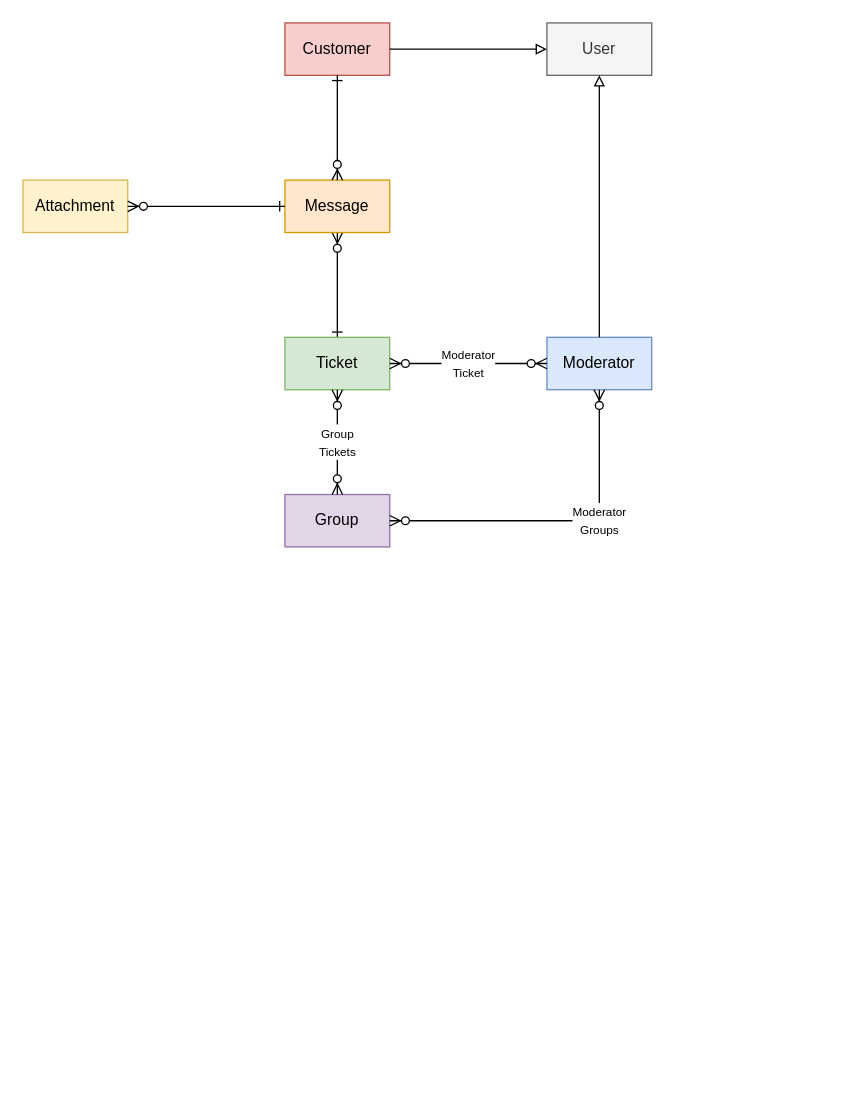
The draw.io diagram docs/ConductorRelationships.drawio in nuclearpaws/Conductor, before the edit. Source tidied: cells renumbered, new cells numbered last; positions are measured from the earlier drawing's top-left corner, leaving out a move shared by most shapes. Both pictures are drawn from the tidied source at 131%, with x=0, y=0 at pixel (22, 22).
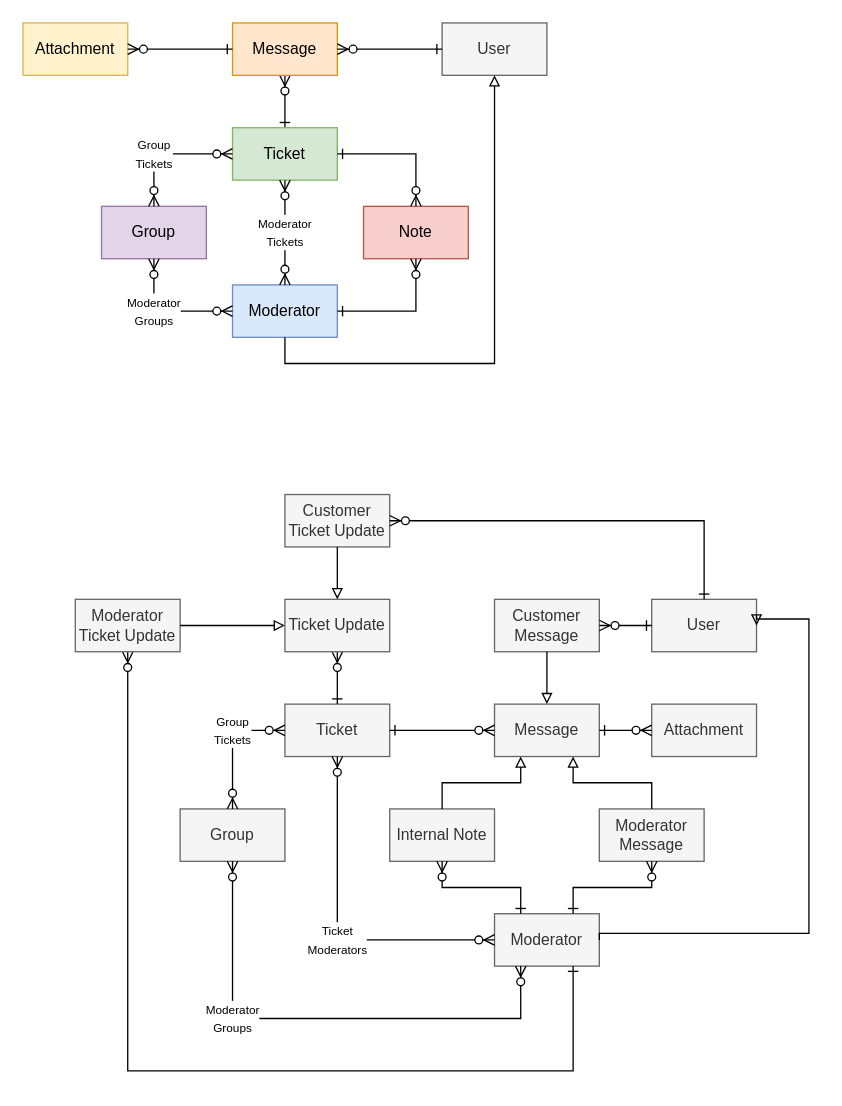
Above is the later version.

Commit message:
Adjusted the Entity Relationship Diagram.

Diff of the diagram source:
```diff
@@
     <mxCell id="3" value="Ticket" style="rounded=0;whiteSpace=wrap;html=1;fillColor=#d5e8d4;strokeColor=#82b366;" parent="1" vertex="1">
-      <mxGeometry x="200" y="240" width="80" height="40" as="geometry" />
+      <mxGeometry x="160" y="80" width="80" height="40" as="geometry" />
     </mxCell>
     <mxCell id="4" value="User" style="rounded=0;whiteSpace=wrap;html=1;fillColor=#f5f5f5;strokeColor=#666666;fontColor=#333333;" parent="1" vertex="1">
-      <mxGeometry x="400" width="80" height="40" as="geometry" />
+      <mxGeometry x="320" width="80" height="40" as="geometry" />
     </mxCell>
-    <mxCell id="5" value="Customer" style="rounded=0;whiteSpace=wrap;html=1;fillColor=#f8cecc;strokeColor=#b85450;" parent="1" vertex="1">
-      <mxGeometry x="200" width="80" height="40" as="geometry" />
-    </mxCell>
     <mxCell id="6" value="Moderator" style="rounded=0;whiteSpace=wrap;html=1;fillColor=#dae8fc;strokeColor=#6c8ebf;" parent="1" vertex="1">
-      <mxGeometry x="400" y="240" width="80" height="40" as="geometry" />
+      <mxGeometry x="160" y="200" width="80" height="40" as="geometry" />
     </mxCell>
     <mxCell id="7" value="Group" style="rounded=0;whiteSpace=wrap;html=1;fillColor=#e1d5e7;strokeColor=#9673a6;" parent="1" vertex="1">
-      <mxGeometry x="200" y="360" width="80" height="40" as="geometry" />
+      <mxGeometry x="60" y="140" width="80" height="40" as="geometry" />
     </mxCell>
-    <mxCell id="8" style="endArrow=block;html=1;strokeWidth=1;entryX=0;entryY=0.5;entryDx=0;entryDy=0;exitX=1;exitY=0.5;exitDx=0;exitDy=0;rounded=0;endFill=0;" parent="1" edge="1" source="5" target="4">
-      <mxGeometry relative="1" as="geometry" />
-    </mxCell>
-    <mxCell id="9" style="endArrow=block;html=1;strokeWidth=1;entryX=0.5;entryY=1;entryDx=0;entryDy=0;exitX=0.5;exitY=0;exitDx=0;exitDy=0;rounded=0;endFill=0;" parent="1" edge="1" source="6" target="4">
-      <mxGeometry relative="1" as="geometry" />
+    <mxCell id="9" style="endArrow=block;html=1;strokeWidth=1;entryX=0.5;entryY=1;entryDx=0;entryDy=0;exitX=0.5;exitY=1;exitDx=0;exitDy=0;rounded=0;endFill=0;" parent="1" edge="1" source="6" target="4">
+      <mxGeometry relative="1" as="geometry">
+        <Array as="points">
+          <mxPoint x="200" y="260" />
+          <mxPoint x="360" y="260" />
+        </Array>
+      </mxGeometry>
     </mxCell>
-    <mxCell id="10" value="&lt;font style=&quot;font-size: 9px&quot;&gt;Moderator&lt;br&gt;Ticket&lt;/font&gt;" style="endArrow=ERzeroToMany;html=1;strokeWidth=1;entryX=0;entryY=0.5;entryDx=0;entryDy=0;exitX=1;exitY=0.5;exitDx=0;exitDy=0;rounded=0;startArrow=ERzeroToMany;startFill=1;endFill=1;" parent="1" edge="1" source="3" target="6">
+    <mxCell id="10" value="&lt;font style=&quot;font-size: 9px&quot;&gt;Moderator&lt;br&gt;Tickets&lt;/font&gt;" style="endArrow=ERzeroToMany;html=1;strokeWidth=1;entryX=0.5;entryY=0;entryDx=0;entryDy=0;exitX=0.5;exitY=1;exitDx=0;exitDy=0;rounded=0;startArrow=ERzeroToMany;startFill=1;endFill=1;" parent="1" edge="1" source="3" target="6">
       <mxGeometry relative="1" as="geometry" />
     </mxCell>
-    <mxCell id="11" value="&lt;font style=&quot;font-size: 9px&quot;&gt;Moderator&lt;br&gt;Groups&lt;/font&gt;" style="endArrow=ERzeroToMany;html=1;strokeWidth=1;entryX=0.5;entryY=1;entryDx=0;entryDy=0;exitX=1;exitY=0.5;exitDx=0;exitDy=0;rounded=0;startArrow=ERzeroToMany;startFill=1;endFill=1;" parent="1" edge="1" source="7" target="6">
-      <mxGeometry x="0.23" relative="1" as="geometry">
+    <mxCell id="11" value="&lt;font style=&quot;font-size: 9px&quot;&gt;Moderator&lt;br&gt;Groups&lt;/font&gt;" style="endArrow=ERzeroToMany;html=1;strokeWidth=1;entryX=0;entryY=0.5;entryDx=0;entryDy=0;exitX=0.5;exitY=1;exitDx=0;exitDy=0;rounded=0;startArrow=ERzeroToMany;startFill=1;endFill=1;" parent="1" edge="1" source="7" target="6">
+      <mxGeometry x="-0.2" relative="1" as="geometry">
         <Array as="points">
-          <mxPoint x="440" y="380" />
+          <mxPoint x="100" y="220" />
         </Array>
       </mxGeometry>
     </mxCell>
-    <mxCell id="12" value="&lt;font style=&quot;font-size: 9px&quot;&gt;Group&lt;br&gt;Tickets&lt;br&gt;&lt;/font&gt;" style="endArrow=ERzeroToMany;html=1;strokeWidth=1;entryX=0.5;entryY=1;entryDx=0;entryDy=0;exitX=0.5;exitY=0;exitDx=0;exitDy=0;rounded=0;startArrow=ERzeroToMany;startFill=1;endFill=1;" parent="1" edge="1" source="7" target="3">
-      <mxGeometry relative="1" as="geometry" />
+    <mxCell id="12" value="&lt;font style=&quot;font-size: 9px&quot;&gt;Group&lt;br&gt;Tickets&lt;br&gt;&lt;/font&gt;" style="endArrow=ERzeroToMany;html=1;strokeWidth=1;entryX=0;entryY=0.5;entryDx=0;entryDy=0;exitX=0.5;exitY=0;exitDx=0;exitDy=0;rounded=0;startArrow=ERzeroToMany;startFill=1;endFill=1;" parent="1" edge="1" source="7" target="3">
+      <mxGeometry x="-0.2" relative="1" as="geometry">
+        <Array as="points">
+          <mxPoint x="100" y="100" />
+        </Array>
+      </mxGeometry>
     </mxCell>
     <mxCell id="13" value="Message" style="rounded=0;whiteSpace=wrap;html=1;fillColor=#ffe6cc;strokeColor=#d79b00;" parent="1" vertex="1">
-      <mxGeometry x="200" y="120" width="80" height="40" as="geometry" />
+      <mxGeometry x="160" width="80" height="40" as="geometry" />
     </mxCell>
-    <mxCell id="14" style="edgeStyle=orthogonalEdgeStyle;rounded=0;jettySize=auto;html=1;startArrow=ERone;startFill=0;endArrow=ERzeroToMany;endFill=1;entryX=0.5;entryY=0;entryDx=0;entryDy=0;exitX=0.5;exitY=1;exitDx=0;exitDy=0;" parent="1" edge="1" source="5" target="13">
+    <mxCell id="14" style="edgeStyle=orthogonalEdgeStyle;rounded=0;jettySize=auto;html=1;startArrow=ERone;startFill=0;endArrow=ERzeroToMany;endFill=1;entryX=1;entryY=0.5;entryDx=0;entryDy=0;exitX=0;exitY=0.5;exitDx=0;exitDy=0;" parent="1" edge="1" source="4" target="13">
       <mxGeometry relative="1" as="geometry" />
     </mxCell>
     <mxCell id="15" value="Attachment" style="rounded=0;whiteSpace=wrap;html=1;fillColor=#fff2cc;strokeColor=#d6b656;" parent="1" vertex="1">
-      <mxGeometry y="120" width="80" height="40" as="geometry" />
+      <mxGeometry width="80" height="40" as="geometry" />
     </mxCell>
@@
+    <mxCell id="17" value="Note" style="rounded=0;whiteSpace=wrap;html=1;fillColor=#f8cecc;strokeColor=#b85450;" parent="1" vertex="1">
+      <mxGeometry x="260" y="140" width="80" height="40" as="geometry" />
+    </mxCell>
+    <mxCell id="18" style="edgeStyle=orthogonalEdgeStyle;rounded=0;jettySize=auto;html=1;startArrow=ERone;startFill=0;endArrow=ERzeroToMany;endFill=1;exitX=1;exitY=0.5;exitDx=0;exitDy=0;entryX=0.5;entryY=0;entryDx=0;entryDy=0;" parent="1" edge="1" source="3" target="17">
+      <mxGeometry relative="1" as="geometry" />
+    </mxCell>
+    <mxCell id="19" style="edgeStyle=orthogonalEdgeStyle;rounded=0;jettySize=auto;html=1;startArrow=ERone;startFill=0;endArrow=ERzeroToMany;endFill=1;exitX=1;exitY=0.5;exitDx=0;exitDy=0;entryX=0.5;entryY=1;entryDx=0;entryDy=0;" parent="1" edge="1" source="6" target="17">
+      <mxGeometry relative="1" as="geometry" />
+    </mxCell>
+    <mxCell id="20" value="User" style="rounded=0;whiteSpace=wrap;html=1;fillColor=#f5f5f5;strokeColor=#666666;fontColor=#333333;" parent="1" vertex="1">
+      <mxGeometry x="480" y="440" width="80" height="40" as="geometry" />
+    </mxCell>
+    <mxCell id="21" value="Message" style="rounded=0;whiteSpace=wrap;html=1;fillColor=#f5f5f5;strokeColor=#666666;fontColor=#333333;" parent="1" vertex="1">
+      <mxGeometry x="360" y="520" width="80" height="40" as="geometry" />
+    </mxCell>
+    <mxCell id="22" value="Customer&lt;br&gt;Message" style="rounded=0;whiteSpace=wrap;html=1;fillColor=#f5f5f5;strokeColor=#666666;fontColor=#333333;" parent="1" vertex="1">
+      <mxGeometry x="360" y="440" width="80" height="40" as="geometry" />
+    </mxCell>
+    <mxCell id="23" value="Moderator Message" style="rounded=0;whiteSpace=wrap;html=1;fillColor=#f5f5f5;strokeColor=#666666;fontColor=#333333;" parent="1" vertex="1">
+      <mxGeometry x="440" y="600" width="80" height="40" as="geometry" />
+    </mxCell>
+    <mxCell id="24" value="Internal Note" style="rounded=0;whiteSpace=wrap;html=1;fillColor=#f5f5f5;strokeColor=#666666;fontColor=#333333;" parent="1" vertex="1">
+      <mxGeometry x="280" y="600" width="80" height="40" as="geometry" />
+    </mxCell>
+    <mxCell id="25" value="Ticket" style="rounded=0;whiteSpace=wrap;html=1;fillColor=#f5f5f5;strokeColor=#666666;fontColor=#333333;" parent="1" vertex="1">
+      <mxGeometry x="200" y="520" width="80" height="40" as="geometry" />
+    </mxCell>
+    <mxCell id="26" style="edgeStyle=orthogonalEdgeStyle;rounded=0;jettySize=auto;html=1;startArrow=ERone;startFill=0;endArrow=ERzeroToMany;endFill=1;entryX=0.5;entryY=1;entryDx=0;entryDy=0;exitX=0.5;exitY=0;exitDx=0;exitDy=0;" parent="1" edge="1" source="25" target="42">
+      <mxGeometry relative="1" as="geometry" />
+    </mxCell>
+    <mxCell id="27" value="Moderator" style="rounded=0;whiteSpace=wrap;html=1;fillColor=#f5f5f5;strokeColor=#666666;fontColor=#333333;" parent="1" vertex="1">
+      <mxGeometry x="360" y="680" width="80" height="40" as="geometry" />
+    </mxCell>
+    <mxCell id="28" value="Attachment" style="rounded=0;whiteSpace=wrap;html=1;fillColor=#f5f5f5;strokeColor=#666666;fontColor=#333333;" parent="1" vertex="1">
+      <mxGeometry x="480" y="520" width="80" height="40" as="geometry" />
+    </mxCell>
+    <mxCell id="29" value="Group" style="rounded=0;whiteSpace=wrap;html=1;fillColor=#f5f5f5;strokeColor=#666666;fontColor=#333333;" parent="1" vertex="1">
+      <mxGeometry x="120" y="600" width="80" height="40" as="geometry" />
+    </mxCell>
+    <mxCell id="30" style="edgeStyle=orthogonalEdgeStyle;rounded=0;jettySize=auto;html=1;startArrow=ERone;startFill=0;endArrow=ERzeroToMany;endFill=1;exitX=1;exitY=0.5;exitDx=0;exitDy=0;entryX=0;entryY=0.5;entryDx=0;entryDy=0;" parent="1" edge="1" source="21" target="28">
+      <mxGeometry relative="1" as="geometry" />
+    </mxCell>
+    <mxCell id="31" style="edgeStyle=orthogonalEdgeStyle;rounded=0;jettySize=auto;html=1;startArrow=ERone;startFill=0;endArrow=ERzeroToMany;endFill=1;exitX=1;exitY=0.5;exitDx=0;exitDy=0;entryX=0;entryY=0.5;entryDx=0;entryDy=0;" parent="1" edge="1" source="25" target="21">
+      <mxGeometry relative="1" as="geometry" />
+    </mxCell>
+    <mxCell id="32" style="edgeStyle=orthogonalEdgeStyle;rounded=0;jettySize=auto;html=1;startArrow=none;startFill=0;endArrow=block;endFill=0;entryX=0.5;entryY=0;entryDx=0;entryDy=0;exitX=0.5;exitY=1;exitDx=0;exitDy=0;" parent="1" edge="1" source="22" target="21">
+      <mxGeometry relative="1" as="geometry" />
+    </mxCell>
+    <mxCell id="33" style="edgeStyle=orthogonalEdgeStyle;rounded=0;jettySize=auto;html=1;startArrow=none;startFill=0;endArrow=block;endFill=0;entryX=0.25;entryY=1;entryDx=0;entryDy=0;exitX=0.5;exitY=0;exitDx=0;exitDy=0;" parent="1" edge="1" source="24" target="21">
+      <mxGeometry relative="1" as="geometry" />
+    </mxCell>
+    <mxCell id="34" style="edgeStyle=orthogonalEdgeStyle;rounded=0;jettySize=auto;html=1;startArrow=none;startFill=0;endArrow=block;endFill=0;entryX=0.75;entryY=1;entryDx=0;entryDy=0;exitX=0.5;exitY=0;exitDx=0;exitDy=0;" parent="1" edge="1" source="23" target="21">
+      <mxGeometry relative="1" as="geometry" />
+    </mxCell>
+    <mxCell id="35" style="edgeStyle=orthogonalEdgeStyle;rounded=0;jettySize=auto;html=1;startArrow=ERone;startFill=0;endArrow=ERzeroToMany;endFill=1;exitX=0.25;exitY=0;exitDx=0;exitDy=0;entryX=0.5;entryY=1;entryDx=0;entryDy=0;" parent="1" edge="1" source="27" target="24">
+      <mxGeometry relative="1" as="geometry" />
+    </mxCell>
+    <mxCell id="36" style="edgeStyle=orthogonalEdgeStyle;rounded=0;jettySize=auto;html=1;startArrow=ERone;startFill=0;endArrow=ERzeroToMany;endFill=1;exitX=0.75;exitY=0;exitDx=0;exitDy=0;entryX=0.5;entryY=1;entryDx=0;entryDy=0;" parent="1" edge="1" source="27" target="23">
+      <mxGeometry relative="1" as="geometry" />
+    </mxCell>
+    <mxCell id="37" value="&lt;font style=&quot;font-size: 9px&quot;&gt;Ticket&lt;br&gt;Moderators&lt;/font&gt;" style="edgeStyle=orthogonalEdgeStyle;rounded=0;jettySize=auto;html=1;startArrow=ERzeroToMany;startFill=1;endArrow=ERzeroToMany;endFill=1;entryX=0;entryY=0.5;entryDx=0;entryDy=0;exitX=0.5;exitY=1;exitDx=0;exitDy=0;" parent="1" edge="1" source="25" target="27">
+      <mxGeometry x="0.08" relative="1" as="geometry" />
+    </mxCell>
+    <mxCell id="38" value="&lt;font style=&quot;font-size: 9px&quot;&gt;Moderator&lt;br&gt;Groups&lt;/font&gt;" style="edgeStyle=orthogonalEdgeStyle;rounded=0;jettySize=auto;html=1;startArrow=ERzeroToMany;startFill=1;endArrow=ERzeroToMany;endFill=1;exitX=0.5;exitY=1;exitDx=0;exitDy=0;entryX=0.25;entryY=1;entryDx=0;entryDy=0;" parent="1" edge="1" source="29" target="27">
+      <mxGeometry x="-0.37" relative="1" as="geometry">
+        <Array as="points">
+          <mxPoint x="160" y="760" />
+          <mxPoint x="380" y="760" />
+        </Array>
+      </mxGeometry>
+    </mxCell>
+    <mxCell id="39" value="&lt;font style=&quot;font-size: 9px&quot;&gt;Group&lt;br&gt;Tickets&lt;/font&gt;" style="edgeStyle=orthogonalEdgeStyle;rounded=0;jettySize=auto;html=1;startArrow=ERzeroToMany;startFill=1;endArrow=ERzeroToMany;endFill=1;entryX=0;entryY=0.5;entryDx=0;entryDy=0;exitX=0.5;exitY=0;exitDx=0;exitDy=0;" parent="1" edge="1" source="29" target="25">
+      <mxGeometry x="0.2" relative="1" as="geometry" />
+    </mxCell>
+    <mxCell id="40" style="edgeStyle=orthogonalEdgeStyle;rounded=0;jettySize=auto;html=1;startArrow=none;startFill=0;endArrow=block;endFill=0;entryX=1;entryY=0.5;entryDx=0;entryDy=0;exitX=1;exitY=0.5;exitDx=0;exitDy=0;" parent="1" edge="1" source="27" target="20">
+      <mxGeometry relative="1" as="geometry">
+        <Array as="points">
+          <mxPoint x="600" y="695" />
+          <mxPoint x="600" y="455" />
+        </Array>
+      </mxGeometry>
+    </mxCell>
+    <mxCell id="41" style="edgeStyle=orthogonalEdgeStyle;rounded=0;jettySize=auto;html=1;startArrow=ERone;startFill=0;endArrow=ERzeroToMany;endFill=1;entryX=1;entryY=0.5;entryDx=0;entryDy=0;exitX=0;exitY=0.5;exitDx=0;exitDy=0;" parent="1" edge="1" source="20" target="22">
+      <mxGeometry relative="1" as="geometry" />
+    </mxCell>
+    <mxCell id="42" value="Ticket Update" style="rounded=0;whiteSpace=wrap;html=1;fillColor=#f5f5f5;strokeColor=#666666;fontColor=#333333;" parent="1" vertex="1">
+      <mxGeometry x="200" y="440" width="80" height="40" as="geometry" />
+    </mxCell>
+    <mxCell id="43" style="edgeStyle=orthogonalEdgeStyle;rounded=0;jettySize=auto;html=1;startArrow=ERone;startFill=0;endArrow=ERzeroToMany;endFill=1;exitX=0.75;exitY=1;exitDx=0;exitDy=0;entryX=0.5;entryY=1;entryDx=0;entryDy=0;" parent="1" edge="1" source="27" target="46">
+      <mxGeometry relative="1" as="geometry">
+        <Array as="points">
+          <mxPoint x="420" y="800" />
+          <mxPoint x="80" y="800" />
+        </Array>
+      </mxGeometry>
+    </mxCell>
+    <mxCell id="44" value="Customer Ticket Update" style="rounded=0;whiteSpace=wrap;html=1;fillColor=#f5f5f5;strokeColor=#666666;fontColor=#333333;" parent="1" vertex="1">
+      <mxGeometry x="200" y="360" width="80" height="40" as="geometry" />
+    </mxCell>
+    <mxCell id="45" style="edgeStyle=orthogonalEdgeStyle;rounded=0;jettySize=auto;html=1;startArrow=none;startFill=0;endArrow=block;endFill=0;entryX=0.5;entryY=0;entryDx=0;entryDy=0;exitX=0.5;exitY=1;exitDx=0;exitDy=0;" parent="1" edge="1" source="44" target="42">
+      <mxGeometry relative="1" as="geometry" />
+    </mxCell>
+    <mxCell id="46" value="Moderator Ticket Update" style="rounded=0;whiteSpace=wrap;html=1;fillColor=#f5f5f5;strokeColor=#666666;fontColor=#333333;" parent="1" vertex="1">
+      <mxGeometry x="40" y="440" width="80" height="40" as="geometry" />
+    </mxCell>
+    <mxCell id="47" style="edgeStyle=orthogonalEdgeStyle;rounded=0;jettySize=auto;html=1;startArrow=none;startFill=0;endArrow=block;endFill=0;exitX=1;exitY=0.5;exitDx=0;exitDy=0;" parent="1" edge="1" source="46">
+      <mxGeometry relative="1" as="geometry">
+        <mxPoint x="200" y="460" as="targetPoint" />
+      </mxGeometry>
+    </mxCell>
+    <mxCell id="48" style="edgeStyle=orthogonalEdgeStyle;rounded=0;jettySize=auto;html=1;startArrow=ERone;startFill=0;endArrow=ERzeroToMany;endFill=1;entryX=1;entryY=0.5;entryDx=0;entryDy=0;exitX=0.5;exitY=0;exitDx=0;exitDy=0;" parent="1" edge="1" source="20" target="44">
+      <mxGeometry relative="1" as="geometry">
+        <Array as="points">
+          <mxPoint x="520" y="380" />
+        </Array>
+      </mxGeometry>
+    </mxCell>
```
